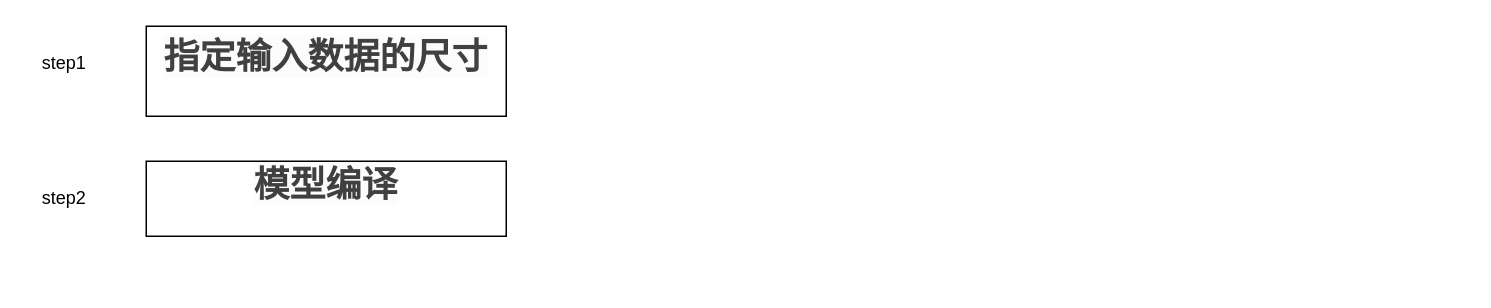
The draw.io diagram 未命名绘图.drawio in ZHH4314/learingnote, before the edit. Source tidied: cells renumbered, new cells numbered last; positions are measured from the earlier drawing's top-left corner, leaving out a move shared by most shapes. Both pictures are drawn from the tidied source at 150%, with x=0, y=0 at pixel (26, 26).
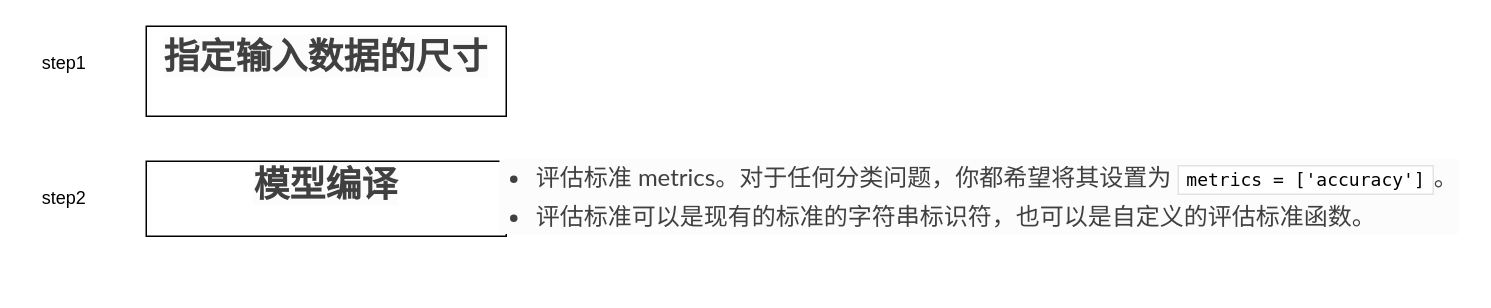
Above is the later version.

Commit message (it also covers changes not shown here):
更新未命名绘图.drawio

The edit, as a diff of the source:
```diff
@@
 <mxGraphModel>
   <root>
     <mxCell id="0" />
     <mxCell id="1" parent="0" />
     <mxCell id="2" value="&lt;h2 style=&quot;box-sizing: border-box; margin-top: 0px; font-family: &amp;quot;Source Sans Pro&amp;quot;, ff-tisa-web-pro, Georgia, Arial, sans-serif; font-size: 24px; color: rgb(64, 64, 64); text-align: start; background-color: rgb(252, 252, 252);&quot; id=&quot;_1&quot;&gt;指定输入数据的尺寸&lt;/h2&gt;" style="rounded=0;whiteSpace=wrap;html=1;" parent="1" vertex="1">
       <mxGeometry x="80" width="240" height="60" as="geometry" />
     </mxCell>
     <mxCell id="3" value="step1" style="text;html=1;align=center;verticalAlign=middle;strokeColor=none;fillColor=none;" parent="1" vertex="1">
       <mxGeometry y="10" width="50" height="30" as="geometry" />
     </mxCell>
     <mxCell id="4" value="step2" style="text;html=1;align=center;verticalAlign=middle;strokeColor=none;fillColor=none;" parent="1" vertex="1">
       <mxGeometry y="100" width="50" height="30" as="geometry" />
     </mxCell>
     <mxCell id="5" value="&lt;h2 style=&quot;box-sizing: border-box; margin-top: 0px; font-family: &amp;quot;Source Sans Pro&amp;quot;, ff-tisa-web-pro, Georgia, Arial, sans-serif; font-size: 24px; color: rgb(64, 64, 64); text-align: start; background-color: rgb(252, 252, 252);&quot; id=&quot;_2&quot;&gt;模型编译&lt;/h2&gt;" style="rounded=0;whiteSpace=wrap;html=1;" parent="1" vertex="1">
       <mxGeometry x="80" y="90" width="240" height="50" as="geometry" />
     </mxCell>
+    <mxCell id="6" value="&lt;ul style=&quot;box-sizing: border-box; margin: 0px 0px 24px; padding: 0px; list-style-position: initial; list-style-image: initial; line-height: 24px; color: rgb(64, 64, 64); font-family: Lato, proxima-nova, &amp;quot;Helvetica Neue&amp;quot;, Arial, sans-serif; font-size: 16px; text-align: start; background-color: rgb(252, 252, 252);&quot;&gt;&lt;li style=&quot;box-sizing: border-box; list-style: disc; margin-left: 24px;&quot;&gt;评估标准 metrics。对于任何分类问题，你都希望将其设置为&amp;nbsp;&lt;code style=&quot;box-sizing: border-box; font-family: SFMono-Regular, Menlo, Monaco, Consolas, &amp;quot;Liberation Mono&amp;quot;, &amp;quot;Courier New&amp;quot;, Courier, monospace; font-size: 12px; max-width: 100%; background: rgb(255, 255, 255); border: 1px solid rgb(225, 228, 229); padding: 2px 5px; color: rgb(0, 0, 0); overflow-x: auto; overflow-wrap: break-word;&quot;&gt;metrics = ['accuracy']&lt;/code&gt;。&lt;/li&gt;&lt;li style=&quot;box-sizing: border-box; list-style: disc; margin-left: 24px;&quot;&gt;评估标准可以是现有的标准的字符串标识符，也可以是自定义的评估标准函数。&lt;/li&gt;&lt;/ul&gt;" style="text;html=1;align=center;verticalAlign=middle;strokeColor=none;fillColor=none;" parent="1" vertex="1">
+      <mxGeometry x="310" y="80" width="650" height="90" as="geometry" />
+    </mxCell>
   </root>
 </mxGraphModel>
```
